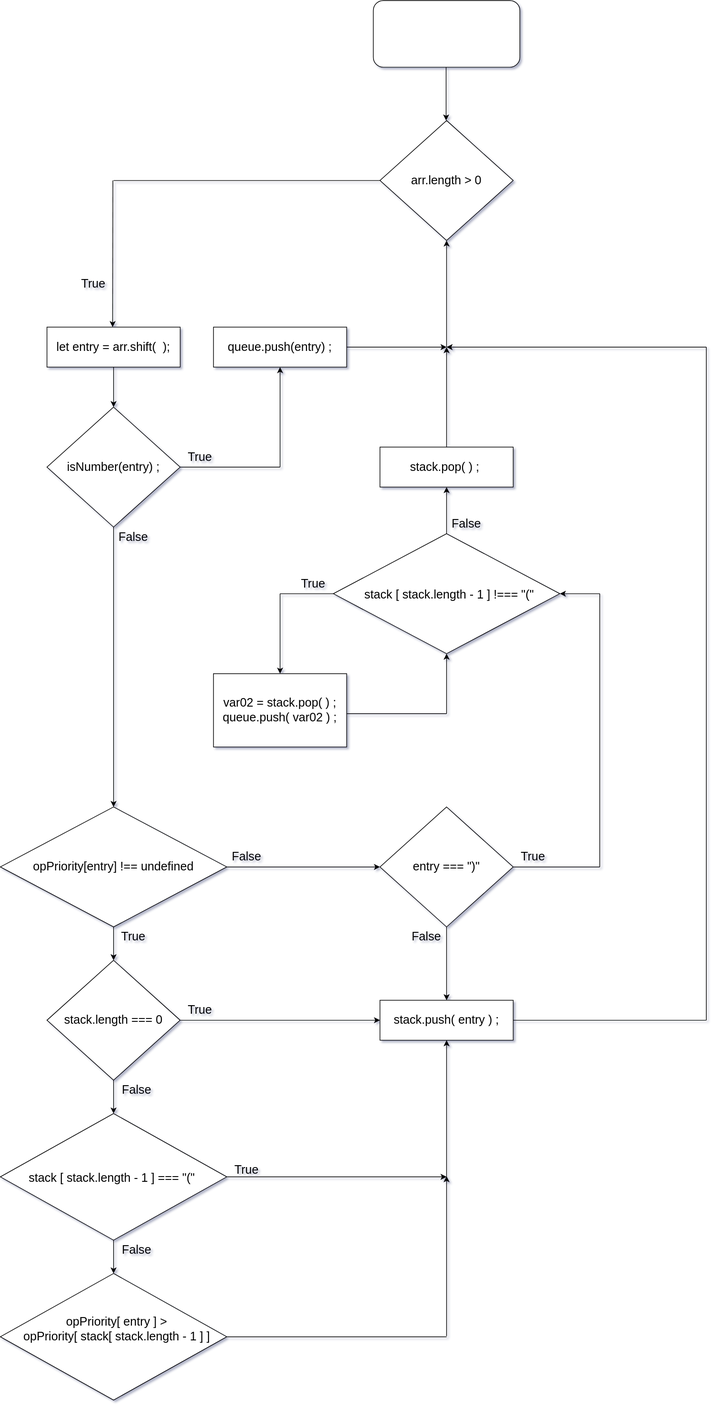
The draw.io diagram Untitled Diagram.drawio.svg in jcgm3205/jcgm3205, before a commit. Source tidied: cells renumbered, new cells last; positions are measured from the earlier drawing's top-left corner, leaving out a move shared by most shapes.
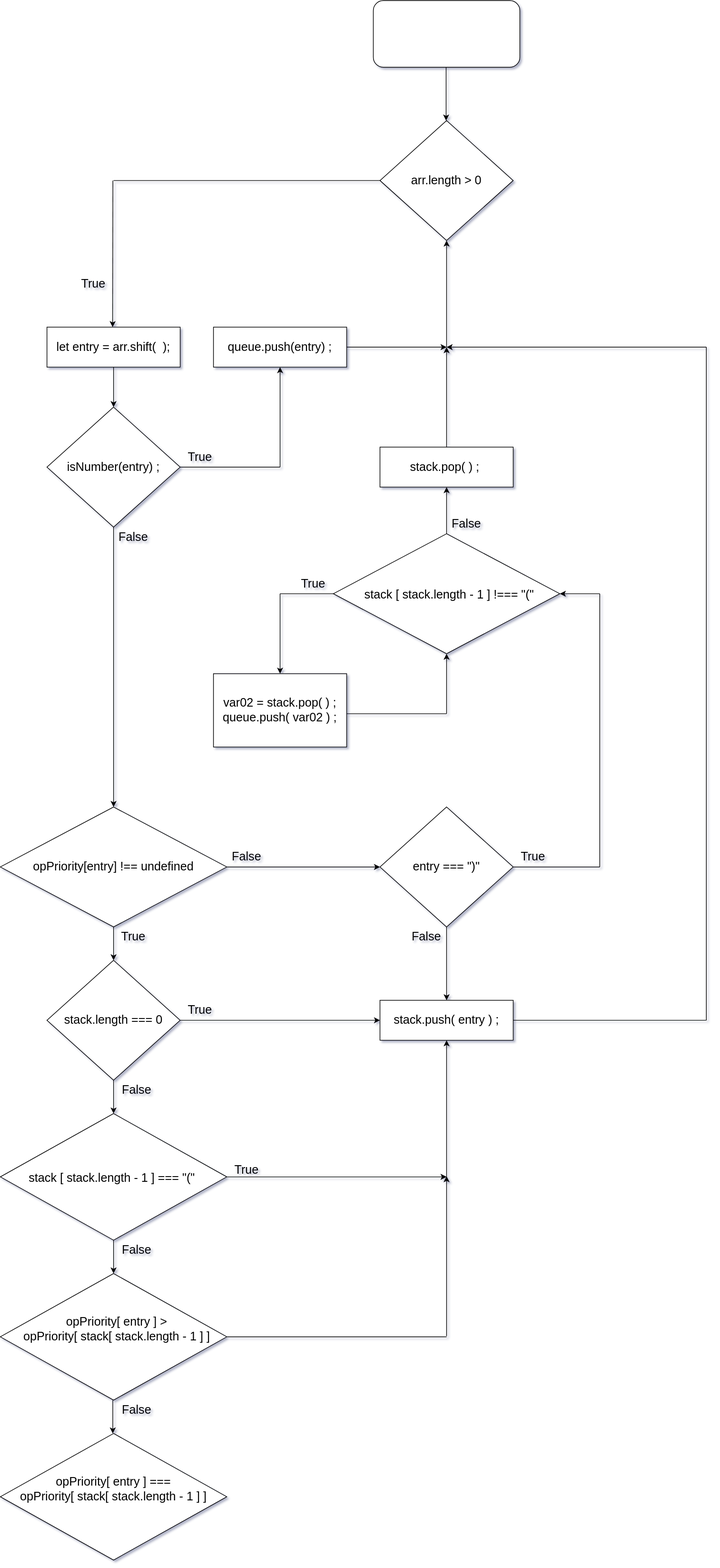
Above is the later version.

Change to the diagram source:
```diff
@@ -287,5 +287,20 @@
         <mxPoint x="670" y="2005" as="targetPoint" />
       </mxGeometry>
     </mxCell>
+    <mxCell id="72" style="endArrow=classic;html=1;rounded=0;fontSize=18;exitX=0.5;exitY=1;exitDx=0;exitDy=0;" parent="1" edge="1">
+      <mxGeometry relative="1" as="geometry">
+        <mxPoint x="168.8" y="2100" as="sourcePoint" />
+        <mxPoint x="168.8" y="2150" as="targetPoint" />
+      </mxGeometry>
+    </mxCell>
+    <mxCell id="73" value="False" style="text;html=1;strokeColor=none;fillColor=none;align=center;verticalAlign=middle;whiteSpace=wrap;rounded=0;fontSize=18;" parent="1" vertex="1">
+      <mxGeometry x="170" y="2100" width="70" height="30" as="geometry" />
+    </mxCell>
+    <mxCell id="74" style="rhombus;whiteSpace=wrap;html=1;fontSize=14;" parent="1" vertex="1">
+      <mxGeometry y="2150" width="340" height="190" as="geometry" />
+    </mxCell>
+    <mxCell id="75" value="opPriority[ entry ] ===&lt;br&gt;opPriority[ stack[ stack.length - 1 ] ]&lt;br&gt;&amp;nbsp;" style="text;html=1;strokeColor=none;fillColor=none;align=center;verticalAlign=middle;whiteSpace=wrap;rounded=0;fontSize=18;" parent="1" vertex="1">
+      <mxGeometry x="25" y="2150" width="290" height="190" as="geometry" />
+    </mxCell>
   </root>
 </mxGraphModel>
```
